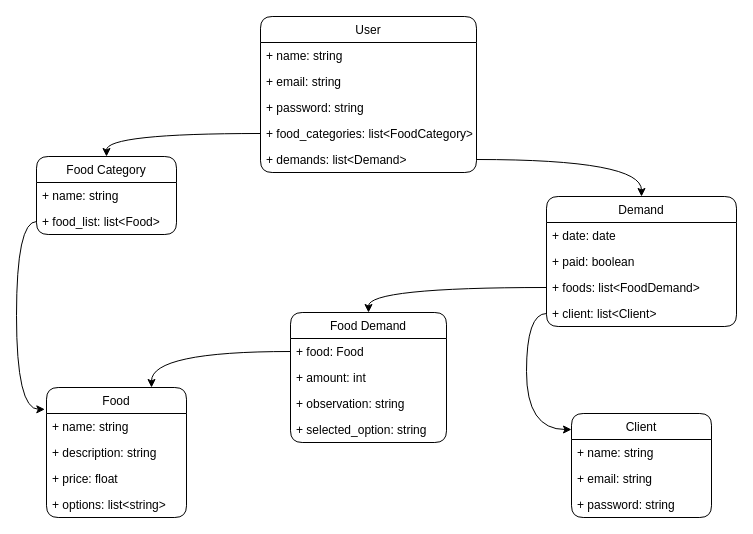
Above: page "model" (1 of 2) of docs/project-modeling.drawio in PedroHenriqueDevBR/Appetit-app (draw.io), before the change. Source tidied: cells renumbered, new cells numbered last; positions are measured from the earlier drawing's top-left corner, leaving out a move shared by most shapes. Both pictures are drawn from the tidied source at 100%, with x=0, y=0 at pixel (16, 16).
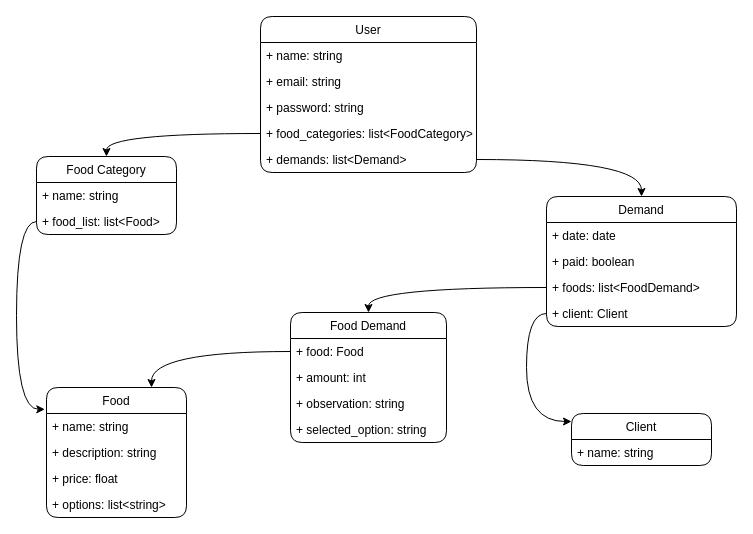
The same diagram, later.

Commit message (it also covers changes not shown here):
fix: fix model documetation

The change refers to these unchanged cells:
```xml
<mxCell id="27" value="Demand" style="swimlane;fontStyle=0;horizontal=1;startSize=26;fillColor=none;rounded=1;" parent="1" vertex="1">
  <mxGeometry x="530" y="180" width="190" height="130" as="geometry" />
</mxCell>
```

The edit, as a diff of the source:
```diff
@@
-    <mxCell id="31" value="+ client: list&lt;Client&gt;" style="text;strokeColor=none;fillColor=none;align=left;verticalAlign=top;spacingLeft=4;spacingRight=4;overflow=hidden;points=[[0,0.5],[1,0.5]];portConstraint=eastwest;rounded=1;" parent="27" vertex="1">
+    <mxCell id="31" value="+ client: Client" style="text;strokeColor=none;fillColor=none;align=left;verticalAlign=top;spacingLeft=4;spacingRight=4;overflow=hidden;points=[[0,0.5],[1,0.5]];portConstraint=eastwest;rounded=1;" parent="27" vertex="1">
       <mxGeometry y="104" width="190" height="26" as="geometry" />
     </mxCell>
     <mxCell id="32" value="Client" style="swimlane;fontStyle=0;horizontal=1;startSize=26;fillColor=none;rounded=1;" parent="1" vertex="1">
-      <mxGeometry x="555" y="397" width="140" height="104" as="geometry" />
+      <mxGeometry x="555" y="397" width="140" height="52" as="geometry" />
     </mxCell>
@@
-    <mxCell id="34" value="+ email: string" style="text;strokeColor=none;fillColor=none;align=left;verticalAlign=top;spacingLeft=4;spacingRight=4;overflow=hidden;rounded=1;" parent="32" vertex="1">
-      <mxGeometry y="52" width="140" height="26" as="geometry" />
-    </mxCell>
-    <mxCell id="35" value="+ password: string" style="text;strokeColor=none;fillColor=none;align=left;verticalAlign=top;spacingLeft=4;spacingRight=4;overflow=hidden;rounded=1;" parent="32" vertex="1">
-      <mxGeometry y="78" width="140" height="26" as="geometry" />
-    </mxCell>
```
